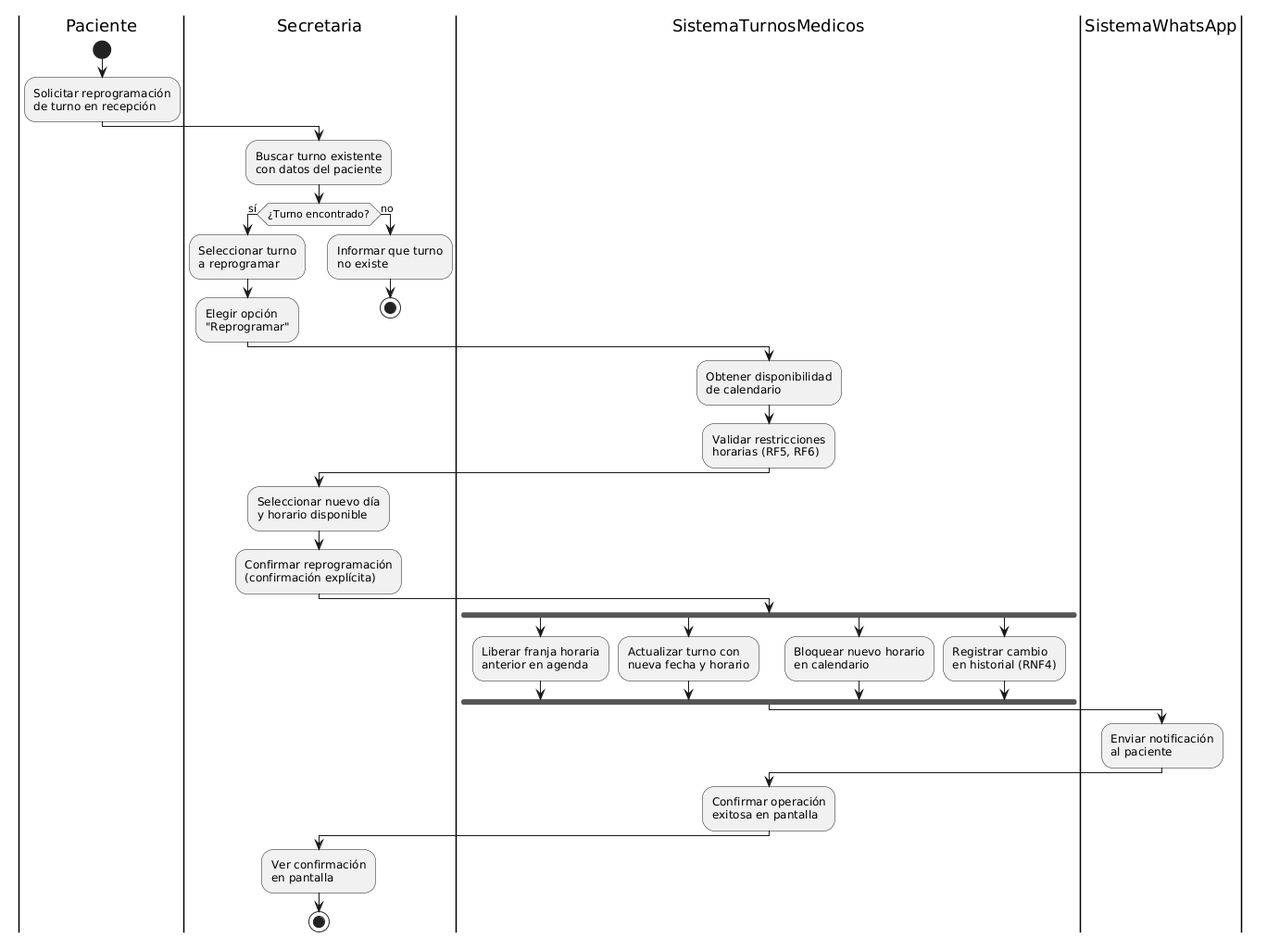
Above: diagramas/04-diagramas-actividades/04-actividad-reprogramar-turno-03.png in angelgc9107-lgtm/SistemaTurnosMedicos_GP6 (PlantUML), before the change. Its diagram source:
```plantuml
@startuml
|Paciente|
start
:Solicitar reprogramación\nde turno en recepción;

|Secretaria|
:Buscar turno existente\ncon datos del paciente;

if (¿Turno encontrado?) then (sí)
    :Seleccionar turno\na reprogramar;
    :Elegir opción\n"Reprogramar";
else (no)
    :Informar que turno\nno existe;
    stop
endif

|SistemaTurnosMedicos|
:Obtener disponibilidad\nde calendario;
:Validar restricciones\nhorarias (RF5, RF6);

|Secretaria|
:Seleccionar nuevo día\ny horario disponible;
:Confirmar reprogramación\n(confirmación explícita);

|SistemaTurnosMedicos|
fork
    :Liberar franja horaria\nanterior en agenda;
fork again
    :Actualizar turno con\nnueva fecha y horario;
fork again
    :Bloquear nuevo horario\nen calendario;
fork again
    :Registrar cambio\nen historial (RNF4);
endfork

|SistemaWhatsApp|
:Enviar notificación\nal paciente;

|SistemaTurnosMedicos|
:Confirmar operación\nexitosa en pantalla;

|Secretaria|
:Ver confirmación\nen pantalla;

stop
@enduml
```
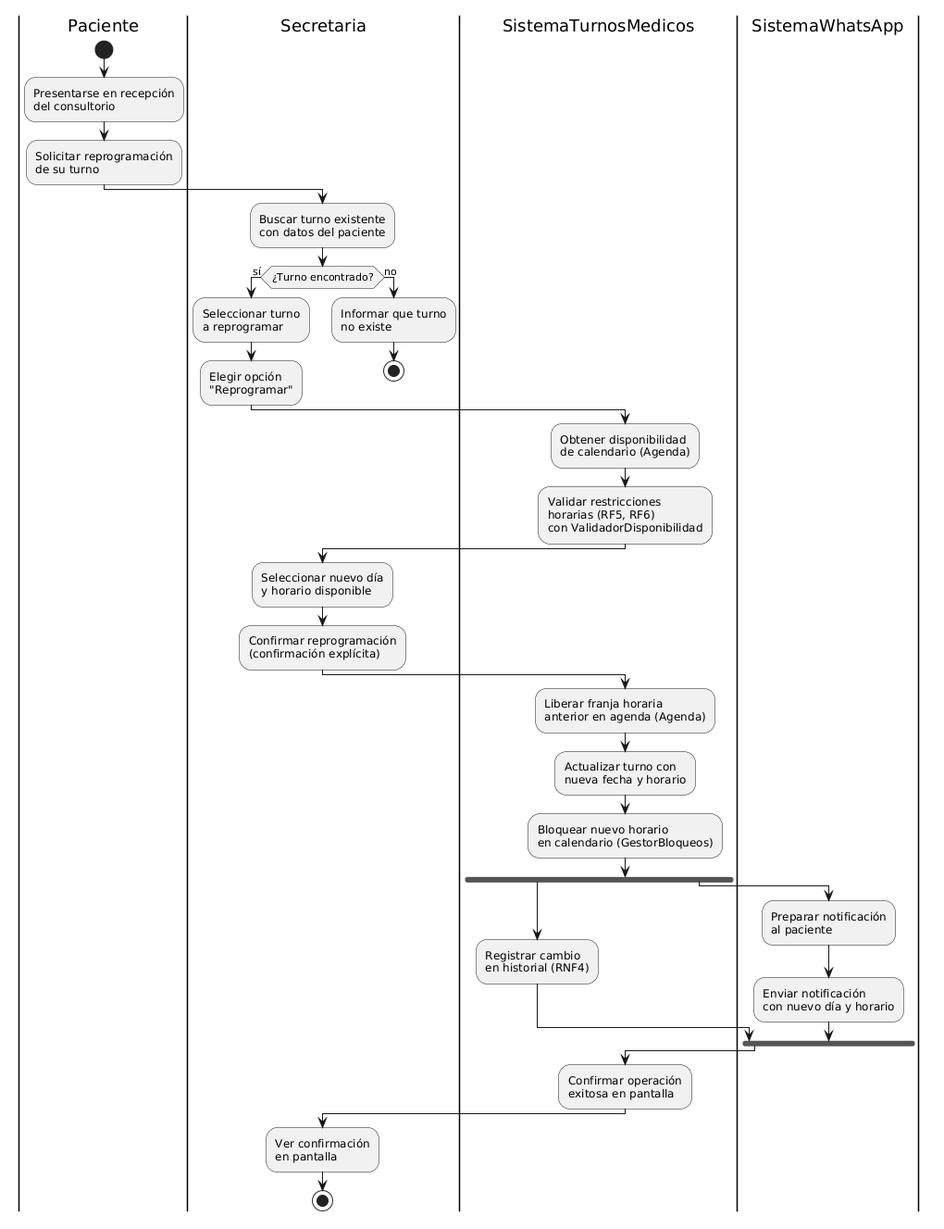
The same diagram one commit later.

Change to the diagram source:
```diff
@@ -1,7 +1,8 @@
 @startuml
 |Paciente|
 start
-:Solicitar reprogramación\nde turno en recepción;
+:Presentarse en recepción\ndel consultorio;
+:Solicitar reprogramación\nde su turno;
 
 |Secretaria|
 :Buscar turno existente\ncon datos del paciente;
@@ -15,26 +16,25 @@
 endif
 
 |SistemaTurnosMedicos|
-:Obtener disponibilidad\nde calendario;
-:Validar restricciones\nhorarias (RF5, RF6);
+:Obtener disponibilidad\nde calendario (Agenda);
+:Validar restricciones\nhorarias (RF5, RF6)\ncon ValidadorDisponibilidad;
 
 |Secretaria|
 :Seleccionar nuevo día\ny horario disponible;
 :Confirmar reprogramación\n(confirmación explícita);
 
 |SistemaTurnosMedicos|
+:Liberar franja horaria\nanterior en agenda (Agenda);
+:Actualizar turno con\nnueva fecha y horario;
+:Bloquear nuevo horario\nen calendario (GestorBloqueos);
+
 fork
-    :Liberar franja horaria\nanterior en agenda;
+    :Registrar cambio\nen historial (RNF4);
 fork again
-    :Actualizar turno con\nnueva fecha y horario;
-fork again
-    :Bloquear nuevo horario\nen calendario;
-fork again
-    :Registrar cambio\nen historial (RNF4);
+    |SistemaWhatsApp|
+    :Preparar notificación\nal paciente;
+    :Enviar notificación\ncon nuevo día y horario;
 endfork
-
-|SistemaWhatsApp|
-:Enviar notificación\nal paciente;
 
 |SistemaTurnosMedicos|
 :Confirmar operación\nexitosa en pantalla;
```
